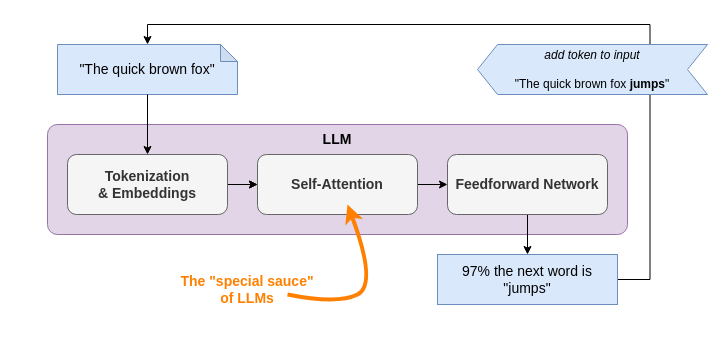
Above: book/images/overview/llm-flow.drawio in yshavit/llm-notes (draw.io), before the change. Source tidied: cells renumbered, new cells numbered last; positions are measured from the earlier drawing's top-left corner, leaving out a move shared by most shapes. Both pictures are drawn from the tidied source at 100%, with x=0, y=0 at pixel (47, 44).
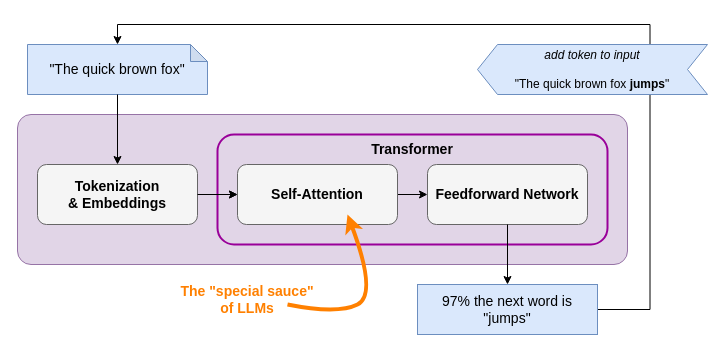
After the change.

Commit message (it also covers changes not shown here):
add transformer to architecture

Diff of the diagram source:
```diff
@@
-    <mxCell id="2" value="&quot;The quick brown fox&quot;" style="shape=note;whiteSpace=wrap;html=1;backgroundOutline=1;darkOpacity=0.05;size=17;fillColor=#dae8fc;strokeColor=#6c8ebf;fontSize=14;" parent="1" vertex="1">
-      <mxGeometry x="10" width="180" height="50" as="geometry" />
+    <mxCell id="2" value="&quot;The quick brown fox&quot;" style="shape=note;whiteSpace=wrap;html=1;backgroundOutline=1;darkOpacity=0.05;size=17;fillColor=#dae8fc;strokeColor=#6c8ebf;fontSize=14;fontColor=#000000;" parent="1" vertex="1">
+      <mxGeometry x="-20" width="180" height="50" as="geometry" />
     </mxCell>
-    <mxCell id="3" value="LLM" style="rounded=1;whiteSpace=wrap;html=1;fillColor=#e1d5e7;strokeColor=#9673a6;arcSize=9;verticalAlign=top;fontSize=14;fontStyle=1;labelBackgroundColor=none;" parent="1" vertex="1">
-      <mxGeometry y="80" width="580" height="110" as="geometry" />
+    <mxCell id="3" style="rounded=1;whiteSpace=wrap;html=1;fillColor=#e1d5e7;strokeColor=#9673a6;arcSize=9;verticalAlign=top;fontSize=14;fontStyle=1;labelBackgroundColor=none;" parent="1" vertex="1">
+      <mxGeometry x="-30" y="70" width="610" height="150" as="geometry" />
     </mxCell>
-    <mxCell id="4" style="edgeStyle=orthogonalEdgeStyle;rounded=0;jettySize=auto;html=1;" parent="1" edge="1" source="6" target="8">
+    <mxCell id="4" style="edgeStyle=orthogonalEdgeStyle;rounded=0;jettySize=auto;html=1;fontColor=#000000;" parent="1" edge="1" source="6" target="8">
       <mxGeometry relative="1" as="geometry" />
     </mxCell>
-    <mxCell id="5" style="edgeStyle=orthogonalEdgeStyle;rounded=0;jettySize=auto;html=1;" parent="1" edge="1" source="6" target="8">
-      <mxGeometry relative="1" as="geometry" />
-    </mxCell>
-    <mxCell id="6" value="&lt;b&gt;Tokenization&lt;br&gt;&amp;amp; Embeddings&lt;/b&gt;" style="rounded=1;whiteSpace=wrap;html=1;fillColor=#f5f5f5;fontColor=#333333;strokeColor=#666666;fontSize=14;" parent="1" vertex="1">
-      <mxGeometry x="20" y="110" width="160" height="60" as="geometry" />
+    <mxCell id="6" value="&lt;b&gt;Tokenization&lt;br&gt;&amp;amp; Embeddings&lt;/b&gt;" style="rounded=1;whiteSpace=wrap;html=1;fillColor=#f5f5f5;fontColor=#000000;strokeColor=#666666;fontSize=14;" parent="1" vertex="1">
+      <mxGeometry x="-10" y="120" width="160" height="60" as="geometry" />
     </mxCell>
-    <mxCell id="7" style="edgeStyle=orthogonalEdgeStyle;rounded=0;jettySize=auto;html=1;" parent="1" edge="1" source="8" target="10">
+    <mxCell id="7" style="edgeStyle=orthogonalEdgeStyle;rounded=0;jettySize=auto;html=1;fontColor=#000000;" parent="1" edge="1" source="8" target="10">
       <mxGeometry relative="1" as="geometry" />
     </mxCell>
-    <mxCell id="8" value="&lt;b&gt;Self-Attention&lt;/b&gt;" style="rounded=1;whiteSpace=wrap;html=1;fillColor=#f5f5f5;fontColor=#333333;strokeColor=#666666;fontSize=14;" parent="1" vertex="1">
-      <mxGeometry x="210" y="110" width="160" height="60" as="geometry" />
+    <mxCell id="8" value="&lt;b&gt;Self-Attention&lt;/b&gt;" style="rounded=1;whiteSpace=wrap;html=1;fillColor=#f5f5f5;fontColor=#000000;strokeColor=#666666;fontSize=14;" parent="1" vertex="1">
+      <mxGeometry x="190" y="120" width="160" height="60" as="geometry" />
     </mxCell>
-    <mxCell id="9" style="edgeStyle=orthogonalEdgeStyle;rounded=0;jettySize=auto;html=1;" parent="1" edge="1" source="10" target="12">
-      <mxGeometry relative="1" as="geometry" />
-    </mxCell>
-    <mxCell id="10" value="&lt;b&gt;Feedforward Network&lt;/b&gt;" style="rounded=1;whiteSpace=wrap;html=1;fillColor=#f5f5f5;fontColor=#333333;strokeColor=#666666;fontSize=14;" parent="1" vertex="1">
-      <mxGeometry x="400" y="110" width="160" height="60" as="geometry" />
+    <mxCell id="10" value="&lt;b&gt;Feedforward Network&lt;/b&gt;" style="rounded=1;whiteSpace=wrap;html=1;fillColor=#f5f5f5;fontColor=#000000;strokeColor=#666666;fontSize=14;" parent="1" vertex="1">
+      <mxGeometry x="380" y="120" width="160" height="60" as="geometry" />
     </mxCell>
@@
-    <mxCell id="12" value="97% the next word is &quot;jumps&quot;" style="rounded=0;whiteSpace=wrap;html=1;fontSize=14;fillColor=#dae8fc;strokeColor=#6c8ebf;" parent="1" vertex="1">
-      <mxGeometry x="390" y="210" width="180" height="50" as="geometry" />
+    <mxCell id="12" value="97% the next word is &quot;jumps&quot;" style="rounded=0;whiteSpace=wrap;html=1;fontSize=14;fillColor=#dae8fc;strokeColor=#6c8ebf;fontColor=#000000;" parent="1" vertex="1">
+      <mxGeometry x="370" y="240" width="180" height="50" as="geometry" />
     </mxCell>
@@
-    <mxCell id="14" value="&lt;i&gt;add token to input&lt;/i&gt;&lt;div&gt;&lt;br&gt;&lt;/div&gt;&lt;div&gt;&quot;The quick brown fox &lt;b&gt;jumps&lt;/b&gt;&quot;&lt;/div&gt;" style="shape=step;perimeter=stepPerimeter;whiteSpace=wrap;html=1;fixedSize=1;fillColor=#dae8fc;strokeColor=#6c8ebf;size=20;flipH=1;" parent="1" vertex="1">
+    <mxCell id="14" value="&lt;i&gt;add token to input&lt;/i&gt;&lt;div&gt;&lt;br&gt;&lt;/div&gt;&lt;div&gt;&quot;The quick brown fox &lt;b&gt;jumps&lt;/b&gt;&quot;&lt;/div&gt;" style="shape=step;perimeter=stepPerimeter;whiteSpace=wrap;html=1;fixedSize=1;fillColor=#dae8fc;strokeColor=#6c8ebf;size=20;flipH=1;fontColor=#000000;" parent="1" vertex="1">
       <mxGeometry x="430" width="230" height="50" as="geometry" />
     </mxCell>
@@
     <mxCell id="16" value="The &quot;special sauce&quot; of LLMs" style="text;html=1;whiteSpace=wrap;strokeColor=none;fillColor=none;align=center;verticalAlign=middle;rounded=0;fontColor=#FF8000;fontSize=14;shadow=0;labelBorderColor=none;textShadow=0;shadowOffsetY=1;shadowBlur=1;shadowOffsetX=1;comic=0;labelBackgroundColor=none;fontStyle=1;" parent="1" vertex="1">
-      <mxGeometry x="130" y="230" width="140" height="30" as="geometry" />
+      <mxGeometry x="130" y="240" width="140" height="30" as="geometry" />
     </mxCell>
+    <mxCell id="18" value="Transformer" style="rounded=1;whiteSpace=wrap;html=1;verticalAlign=top;fontSize=14;strokeWidth=2;fillColor=none;fontStyle=1;strokeColor=#990099;fontColor=#000000;" parent="1" vertex="1">
+      <mxGeometry x="170" y="90" width="390" height="110" as="geometry" />
+    </mxCell>
+    <mxCell id="5" style="edgeStyle=orthogonalEdgeStyle;rounded=0;jettySize=auto;html=1;fontColor=#000000;" parent="1" edge="1" source="6" target="8">
+      <mxGeometry relative="1" as="geometry" />
+    </mxCell>
+    <mxCell id="9" style="edgeStyle=orthogonalEdgeStyle;rounded=0;jettySize=auto;html=1;" parent="1" edge="1" source="10" target="12">
+      <mxGeometry relative="1" as="geometry" />
+    </mxCell>
     <mxCell id="17" style="curved=1;endArrow=classic;html=1;rounded=0;strokeColor=#FF8000;strokeWidth=4;" parent="1" edge="1">
       <mxGeometry relative="1" as="geometry">
-        <mxPoint x="240" y="250" as="sourcePoint" />
-        <mxPoint x="300" y="160" as="targetPoint" />
+        <mxPoint x="240" y="260" as="sourcePoint" />
+        <mxPoint x="300" y="170" as="targetPoint" />
         <Array as="points">
-          <mxPoint x="290" y="260" />
-          <mxPoint x="330" y="240" />
+          <mxPoint x="290" y="270" />
+          <mxPoint x="330" y="250" />
         </Array>
       </mxGeometry>
     </mxCell>
```
